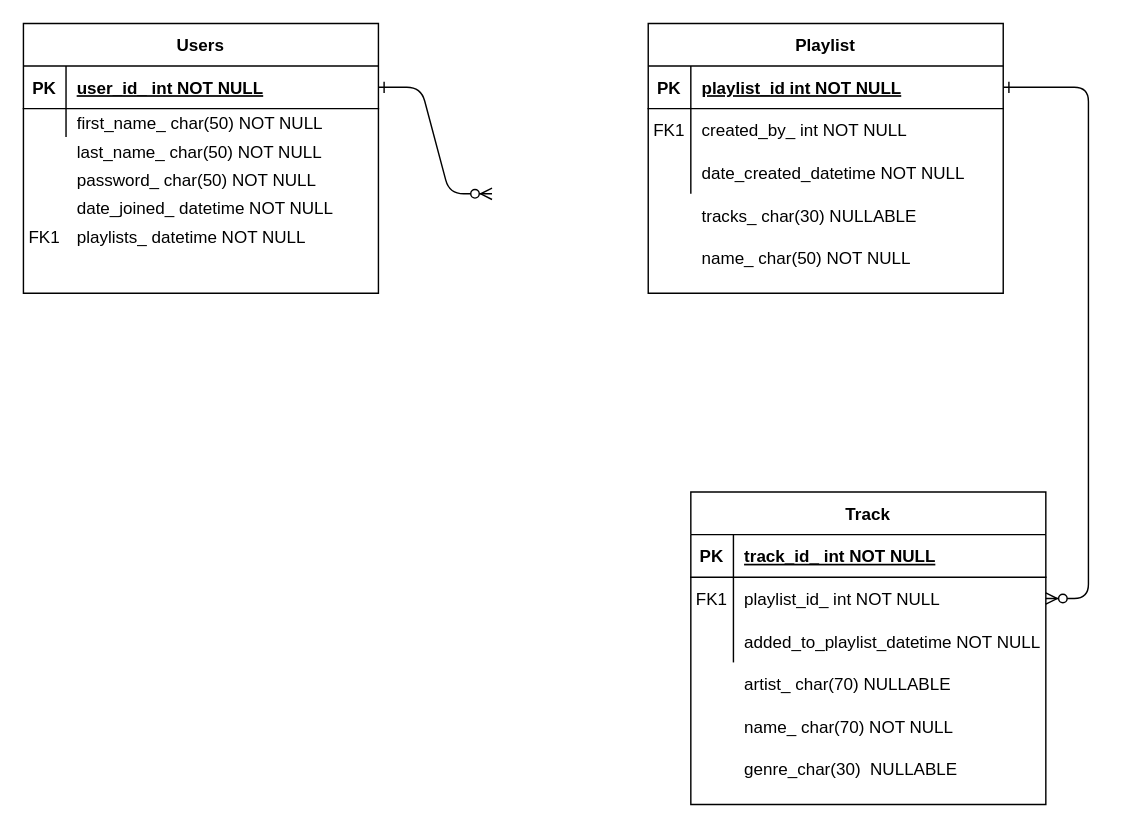
Before: Copy of Entity Framework Radio.drawio in Bongiboy777/EF-Radio-Project, a draw.io diagram. Source tidied: cells renumbered, new cells numbered last; positions are measured from the earlier drawing's top-left corner, leaving out a move shared by most shapes. Both pictures are drawn from the tidied source at 142%, with x=0, y=0 at pixel (23, 23).
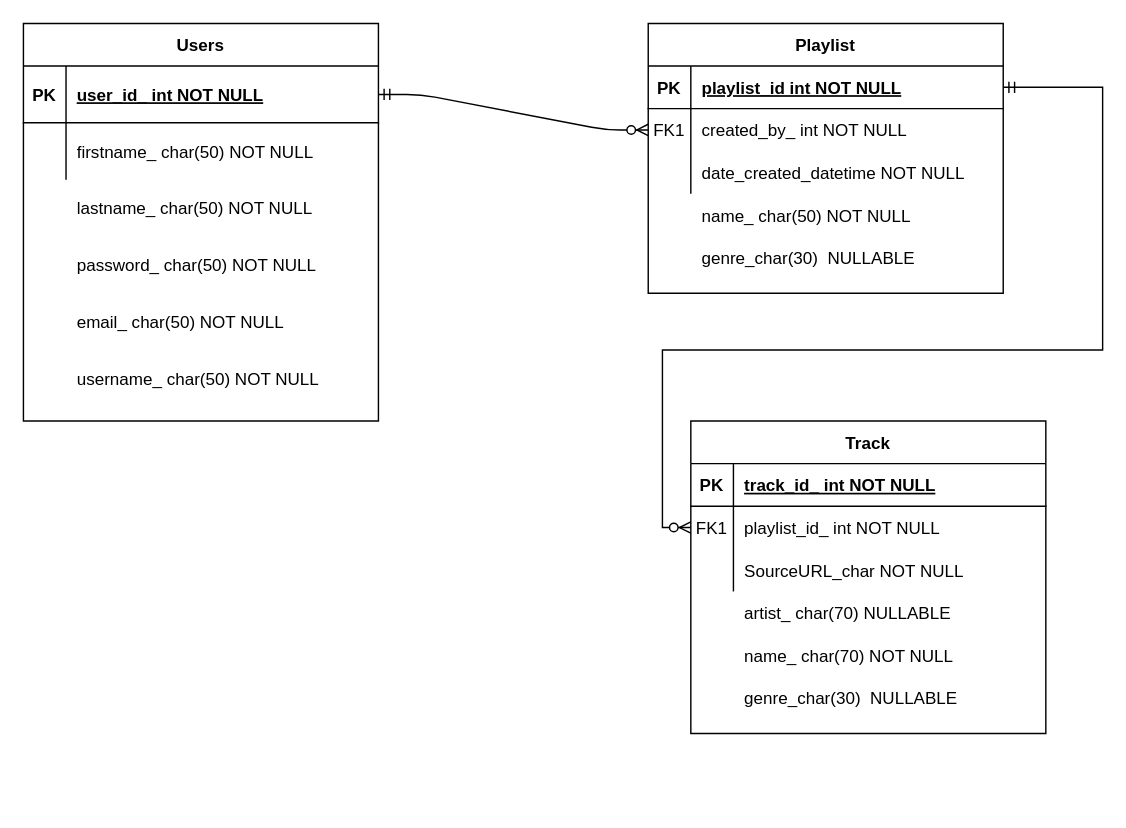
After the change.

The change refers to these unchanged cells:
```xml
<mxCell id="5" style="shape=partialRectangle;fillColor=none;points=[[0,0.5],[1,0.5]];portConstraint=eastwest;top=0;left=0;right=0;bottom=1;" parent="4" vertex="1">
  <mxGeometry y="30" width="250" height="30" as="geometry" />
</mxCell>
<mxCell id="8" style="shape=partialRectangle;fillColor=none;points=[[0,0.5],[1,0.5]];portConstraint=eastwest;top=0;left=0;right=0;bottom=0;" parent="4" vertex="1">
  <mxGeometry y="60" width="250" height="30" as="geometry" />
</mxCell>
<mxCell id="18" style="shape=partialRectangle;fillColor=none;points=[[0,0.5],[1,0.5]];portConstraint=eastwest;top=0;left=0;right=0;bottom=0;" parent="14" vertex="1">
  <mxGeometry y="60" width="250" height="30" as="geometry" />
</mxCell>
<mxCell id="21" style="shape=partialRectangle;fillColor=none;top=0;left=0;right=0;bottom=0;" parent="14" vertex="1">
  <mxGeometry y="90" width="250" height="30" as="geometry" />
</mxCell>
```

The edit, as a diff of the source:
```diff
@@
-    <mxCell id="2" style="edgeStyle=entityRelationEdgeStyle;endArrow=ERzeroToMany;startArrow=ERone;endFill=1;startFill=0;entryX=0;entryY=0.5;entryDx=0;entryDy=0;" parent="1" edge="1" source="25">
-      <mxGeometry relative="1" as="geometry">
-        <mxPoint x="330" y="120" as="targetPoint" />
-      </mxGeometry>
+    <mxCell id="2" style="edgeStyle=entityRelationEdgeStyle;endArrow=ERzeroToMany;startArrow=ERmandOne;endFill=1;startFill=0;entryX=0;entryY=0.5;entryDx=0;entryDy=0;" parent="1" edge="1" source="25" target="8">
+      <mxGeometry relative="1" as="geometry" />
     </mxCell>
-    <mxCell id="3" style="edgeStyle=entityRelationEdgeStyle;endArrow=ERzeroToMany;startArrow=ERone;endFill=1;startFill=0;" parent="1" edge="1" source="5" target="18">
-      <mxGeometry relative="1" as="geometry" />
-    </mxCell>
@@
     <mxCell id="14" value="Track" style="shape=table;startSize=30;childLayout=tableLayout;rowLines=0;fontStyle=1;align=center;" parent="1" vertex="1">
-      <mxGeometry x="470" y="330" width="250" height="220" as="geometry" />
+      <mxGeometry x="470" y="280" width="250" height="220" as="geometry" />
     </mxCell>
@@
-    <mxCell id="23" value="added_to_playlist_datetime NOT NULL" style="shape=partialRectangle;overflow=hidden;fillColor=none;top=0;left=0;bottom=0;right=0;align=left;spacingLeft=6;" parent="21" vertex="1">
+    <mxCell id="23" value="SourceURL_char NOT NULL" style="shape=partialRectangle;overflow=hidden;fillColor=none;top=0;left=0;bottom=0;right=0;align=left;spacingLeft=6;" parent="21" vertex="1">
       <mxGeometry x="30" width="220" height="30" as="geometry" />
     </mxCell>
     <mxCell id="24" value="Users" style="shape=table;startSize=30;childLayout=tableLayout;rowLines=0;fontStyle=1;align=center;" parent="1" vertex="1">
-      <mxGeometry width="250" height="190" as="geometry" />
+      <mxGeometry width="250" height="280" as="geometry" />
     </mxCell>
     <mxCell id="25" style="shape=partialRectangle;fillColor=none;points=[[0,0.5],[1,0.5]];portConstraint=eastwest;top=0;left=0;right=0;bottom=1;" parent="24" vertex="1">
-      <mxGeometry y="30" width="250" height="30" as="geometry" />
+      <mxGeometry y="30" width="250" height="40" as="geometry" />
     </mxCell>
     <mxCell id="26" value="PK" style="shape=partialRectangle;overflow=hidden;fillColor=none;top=0;left=0;bottom=0;right=0;fontStyle=1;" parent="25" vertex="1">
-      <mxGeometry width="30" height="30" as="geometry" />
+      <mxGeometry width="30" height="40" as="geometry" />
     </mxCell>
     <mxCell id="27" value="user_id_ int NOT NULL " style="shape=partialRectangle;overflow=hidden;fillColor=none;top=0;left=0;bottom=0;right=0;align=left;spacingLeft=6;fontStyle=5;" parent="25" vertex="1">
-      <mxGeometry x="30" width="220" height="30" as="geometry" />
+      <mxGeometry x="30" width="220" height="40" as="geometry" />
     </mxCell>
     <mxCell id="28" style="shape=partialRectangle;fillColor=none;top=0;left=0;right=0;bottom=0;" parent="24" vertex="1">
-      <mxGeometry y="60" width="250" height="20" as="geometry" />
+      <mxGeometry y="70" width="250" height="40" as="geometry" />
     </mxCell>
     <mxCell id="29" style="shape=partialRectangle;overflow=hidden;fillColor=none;top=0;left=0;bottom=0;right=0;" parent="28" vertex="1">
-      <mxGeometry width="30" height="20" as="geometry" />
+      <mxGeometry width="30" height="40" as="geometry" />
     </mxCell>
-    <mxCell id="30" value="first_name_ char(50) NOT NULL" style="shape=partialRectangle;overflow=hidden;fillColor=none;top=0;left=0;bottom=0;right=0;align=left;spacingLeft=6;" parent="28" vertex="1">
-      <mxGeometry x="30" width="220" height="20" as="geometry" />
+    <mxCell id="30" value="firstname_ char(50) NOT NULL" style="shape=partialRectangle;overflow=hidden;fillColor=none;top=0;left=0;bottom=0;right=0;align=left;spacingLeft=6;" parent="28" vertex="1">
+      <mxGeometry x="30" width="220" height="40" as="geometry" />
     </mxCell>
-    <mxCell id="31" style="shape=partialRectangle;fillColor=none;top=0;left=0;right=0;bottom=0;" parent="1" vertex="1">
-      <mxGeometry y="80" width="250" height="20" as="geometry" />
-    </mxCell>
-    <mxCell id="32" style="shape=partialRectangle;overflow=hidden;fillColor=none;top=0;left=0;bottom=0;right=0;" parent="31" vertex="1">
-      <mxGeometry width="30" height="20" as="geometry" />
-    </mxCell>
-    <mxCell id="33" value="last_name_ char(50) NOT NULL" style="shape=partialRectangle;overflow=hidden;fillColor=none;top=0;left=0;bottom=0;right=0;align=left;spacingLeft=6;" parent="31" vertex="1">
-      <mxGeometry x="30" width="220" height="20" as="geometry" />
-    </mxCell>
-    <mxCell id="34" style="shape=partialRectangle;fillColor=none;top=0;left=0;right=0;bottom=0;" parent="1" vertex="1">
-      <mxGeometry y="100" width="250" height="20" as="geometry" />
-    </mxCell>
-    <mxCell id="35" style="shape=partialRectangle;overflow=hidden;fillColor=none;top=0;left=0;bottom=0;right=0;" parent="34" vertex="1">
-      <mxGeometry width="30" height="20" as="geometry" />
-    </mxCell>
-    <mxCell id="36" value="password_ char(50) NOT NULL" style="shape=partialRectangle;overflow=hidden;fillColor=none;top=0;left=0;bottom=0;right=0;align=left;spacingLeft=6;" parent="34" vertex="1">
-      <mxGeometry x="30" width="220" height="20" as="geometry" />
-    </mxCell>
-    <mxCell id="37" style="shape=partialRectangle;fillColor=none;top=0;left=0;right=0;bottom=0;" parent="1" vertex="1">
-      <mxGeometry y="120" width="250" height="20" as="geometry" />
-    </mxCell>
-    <mxCell id="38" style="shape=partialRectangle;overflow=hidden;fillColor=none;top=0;left=0;bottom=0;right=0;" parent="37" vertex="1">
-      <mxGeometry width="30" height="20" as="geometry" />
-    </mxCell>
-    <mxCell id="39" value="date_joined_ datetime NOT NULL" style="shape=partialRectangle;overflow=hidden;fillColor=none;top=0;left=0;bottom=0;right=0;align=left;spacingLeft=6;" parent="37" vertex="1">
-      <mxGeometry x="30" width="220" height="20" as="geometry" />
-    </mxCell>
-    <mxCell id="40" style="shape=partialRectangle;fillColor=none;top=0;left=0;right=0;bottom=0;" parent="1" vertex="1">
-      <mxGeometry y="140" width="250" height="20" as="geometry" />
-    </mxCell>
-    <mxCell id="41" value="FK1" style="shape=partialRectangle;overflow=hidden;fillColor=none;top=0;left=0;bottom=0;right=0;" parent="40" vertex="1">
-      <mxGeometry width="30" height="20" as="geometry" />
-    </mxCell>
-    <mxCell id="42" value="playlists_ datetime NOT NULL" style="shape=partialRectangle;overflow=hidden;fillColor=none;top=0;left=0;bottom=0;right=0;align=left;spacingLeft=6;" parent="40" vertex="1">
-      <mxGeometry x="30" width="220" height="20" as="geometry" />
-    </mxCell>
@@
-    <mxCell id="44" value="tracks_ char(30) NULLABLE" style="shape=partialRectangle;overflow=hidden;fillColor=none;top=0;left=0;bottom=0;right=0;align=left;spacingLeft=6;" parent="1" vertex="1">
-      <mxGeometry x="470" y="120" width="220" height="30" as="geometry" />
-    </mxCell>
     <mxCell id="45" value="artist_ char(70) NULLABLE" style="shape=partialRectangle;overflow=hidden;fillColor=none;top=0;left=0;bottom=0;right=0;align=left;spacingLeft=6;" parent="1" vertex="1">
-      <mxGeometry x="500" y="450" width="220" height="30" as="geometry" />
+      <mxGeometry x="500" y="400" width="220" height="30" as="geometry" />
     </mxCell>
     <mxCell id="46" value="name_ char(70) NOT NULL" style="shape=partialRectangle;overflow=hidden;fillColor=none;top=0;left=0;bottom=0;right=0;align=left;spacingLeft=6;" parent="1" vertex="1">
-      <mxGeometry x="500" y="480" width="220" height="30" as="geometry" />
+      <mxGeometry x="500" y="430" width="220" height="30" as="geometry" />
     </mxCell>
     <mxCell id="47" value="genre_char(30)  NULLABLE" style="shape=partialRectangle;overflow=hidden;fillColor=none;top=0;left=0;bottom=0;right=0;align=left;spacingLeft=6;" parent="1" vertex="1">
-      <mxGeometry x="500" y="510" width="220" height="30" as="geometry" />
+      <mxGeometry x="500" y="460" width="220" height="30" as="geometry" />
     </mxCell>
     <mxCell id="48" value="name_ char(50) NOT NULL" style="shape=partialRectangle;overflow=hidden;fillColor=none;top=0;left=0;bottom=0;right=0;align=left;spacingLeft=6;" parent="1" vertex="1">
-      <mxGeometry x="470" y="150" width="220" height="30" as="geometry" />
+      <mxGeometry x="470" y="120" width="220" height="30" as="geometry" />
     </mxCell>
+    <mxCell id="49" value="genre_char(30)  NULLABLE" style="shape=partialRectangle;overflow=hidden;fillColor=none;top=0;left=0;bottom=0;right=0;align=left;spacingLeft=6;" parent="1" vertex="1">
+      <mxGeometry x="470" y="150" width="220" height="30" as="geometry" />
+    </mxCell>
+    <mxCell id="50" value="lastname_ char(50) NOT NULL" style="shape=partialRectangle;overflow=hidden;fillColor=none;top=0;left=0;bottom=0;right=0;align=left;spacingLeft=6;" parent="1" vertex="1">
+      <mxGeometry x="30" y="110" width="220" height="40" as="geometry" />
+    </mxCell>
+    <mxCell id="36" value="password_ char(50) NOT NULL" style="shape=partialRectangle;overflow=hidden;fillColor=none;top=0;left=0;bottom=0;right=0;align=left;spacingLeft=6;" parent="1" vertex="1">
+      <mxGeometry x="30" y="150" width="220" height="40" as="geometry" />
+    </mxCell>
+    <mxCell id="51" value="email_ char(50) NOT NULL" style="shape=partialRectangle;overflow=hidden;fillColor=none;top=0;left=0;bottom=0;right=0;align=left;spacingLeft=6;" parent="1" vertex="1">
+      <mxGeometry x="30" y="190" width="220" height="40" as="geometry" />
+    </mxCell>
+    <mxCell id="52" value="username_ char(50) NOT NULL" style="shape=partialRectangle;overflow=hidden;fillColor=none;top=0;left=0;bottom=0;right=0;align=left;spacingLeft=6;" parent="1" vertex="1">
+      <mxGeometry x="30" y="230" width="220" height="40" as="geometry" />
+    </mxCell>
+    <mxCell id="3" style="edgeStyle=orthogonalEdgeStyle;rounded=0;jettySize=auto;html=1;entryX=0;entryY=0.5;entryDx=0;entryDy=0;endArrow=ERzeroToMany;endFill=1;startArrow=ERmandOne;startFill=0;" parent="1" edge="1" source="5" target="18">
+      <mxGeometry relative="1" as="geometry">
+        <Array as="points">
+          <mxPoint x="760" y="45" />
+          <mxPoint x="760" y="230" />
+          <mxPoint x="450" y="230" />
+          <mxPoint x="450" y="355" />
+        </Array>
+      </mxGeometry>
+    </mxCell>
```
